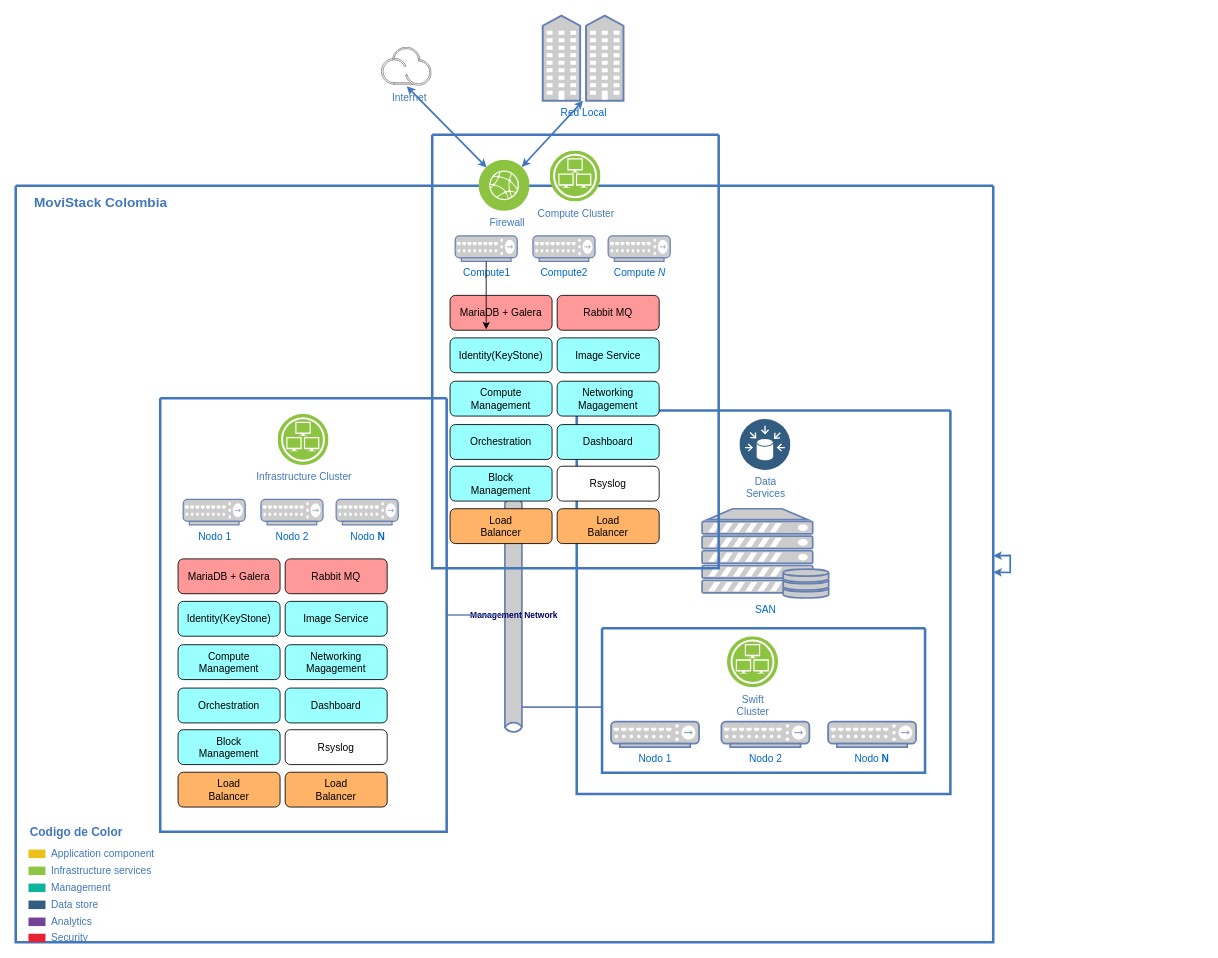
Before: MOVISTACK-OpenStack.drawio in Celera/postfix, a draw.io diagram. Source tidied: cells renumbered, new cells numbered last; positions are measured from the earlier drawing's top-left corner, leaving out a move shared by most shapes. Both pictures are drawn from the tidied source at 85%, with x=0, y=0 at pixel (15, 15).
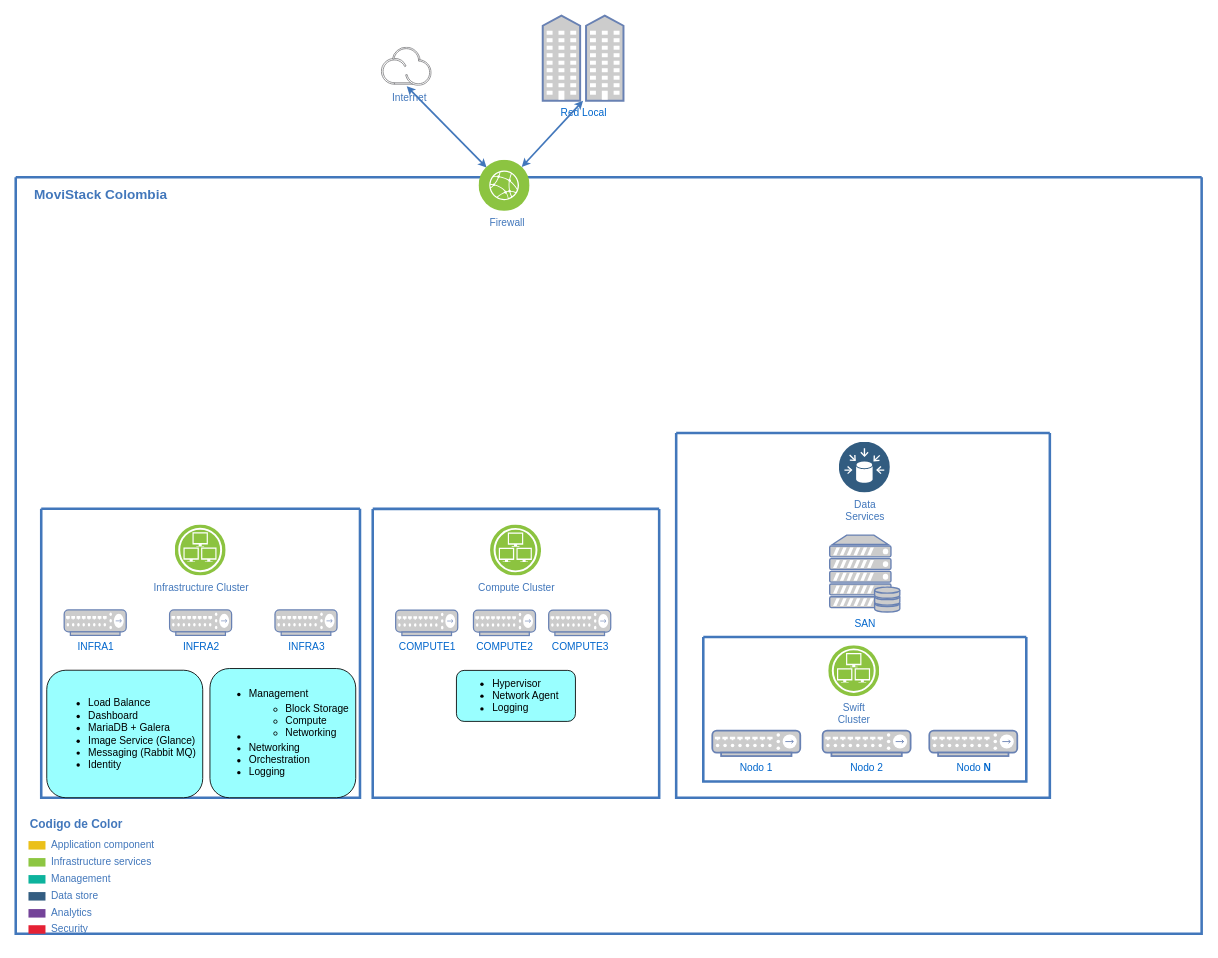
The same diagram, later.

What changed in the source:
```diff
@@
     <mxCell id="2" value="d" style="swimlane;shadow=0;strokeColor=#4277BB;fillColor=#ffffff;fontColor=none;align=right;startSize=0;noLabel=1;strokeWidth=3;" parent="1" vertex="1">
-      <mxGeometry y="200" width="1150" height="890" as="geometry" />
+      <mxGeometry y="190" width="1395.2" height="890" as="geometry" />
     </mxCell>
@@
-    <mxCell id="12" value="&lt;h5&gt;&lt;font color=&quot;#000066&quot;&gt;Management Network&lt;/font&gt;&lt;/h5&gt;" style="html=1;fillColor=#CCCCCC;strokeColor=#6881B3;gradientColor=none;gradientDirection=north;strokeWidth=2;shape=mxgraph.networks.bus;gradientColor=none;gradientDirection=north;fontColor=#ffffff;perimeter=backbonePerimeter;backboneSize=20;direction=south;" parent="2" vertex="1">
-      <mxGeometry x="530" y="365" width="111" height="280" as="geometry" />
-    </mxCell>
-    <mxCell id="13" style="strokeColor=#6881B3;edgeStyle=none;rounded=0;endArrow=none;html=1;strokeWidth=2;exitX=0.001;exitY=0.547;exitDx=0;exitDy=0;exitPerimeter=0;" parent="2" edge="1" source="33" target="12">
-      <mxGeometry relative="1" as="geometry" />
-    </mxCell>
-    <mxCell id="14" style="strokeColor=#6881B3;edgeStyle=none;rounded=0;endArrow=none;html=1;strokeWidth=2;" parent="2" edge="1" source="15" target="12">
-      <mxGeometry relative="1" as="geometry" />
-    </mxCell>
     <mxCell id="15" style="swimlane;shadow=0;labelBackgroundColor=#007FFF;strokeColor=#4277BB;fillColor=none;gradientColor=none;fontColor=#000000;align=right;startSize=0;strokeWidth=3;" parent="2" vertex="1">
-      <mxGeometry x="170" y="250" width="337" height="510" as="geometry" />
+      <mxGeometry x="30" y="390" width="375" height="340" as="geometry" />
     </mxCell>
     <mxCell id="16" value="Infrastructure Cluster" style="perimeter=ellipsePerimeter;html=1;align=center;shadow=0;dashed=0;image;image=img/lib/ibm/infrastructure/infrastructure_services.svg;labelBackgroundColor=none;strokeColor=#4277BB;strokeWidth=2;fillColor=none;gradientColor=none;fontSize=12;fontColor=#4277BB;" parent="15" vertex="1">
-      <mxGeometry x="138.5" y="19" width="60" height="60" as="geometry" />
+      <mxGeometry x="157.5" y="19" width="60" height="60" as="geometry" />
     </mxCell>
-    <mxCell id="17" value="Nodo 1" style="fontColor=#0066CC;verticalAlign=top;verticalLabelPosition=bottom;labelPosition=center;align=center;html=1;fillColor=#CCCCCC;strokeColor=#6881B3;gradientColor=none;gradientDirection=north;strokeWidth=2;shape=mxgraph.networks.hub;" parent="15" vertex="1">
+    <mxCell id="17" value="INFRA1" style="fontColor=#0066CC;verticalAlign=top;verticalLabelPosition=bottom;labelPosition=center;align=center;html=1;fillColor=#CCCCCC;strokeColor=#6881B3;gradientColor=none;gradientDirection=north;strokeWidth=2;shape=mxgraph.networks.hub;" parent="15" vertex="1">
       <mxGeometry x="27" y="119" width="73" height="30" as="geometry" />
     </mxCell>
-    <mxCell id="18" value="Nodo &lt;b&gt;N&lt;/b&gt;" style="fontColor=#0066CC;verticalAlign=top;verticalLabelPosition=bottom;labelPosition=center;align=center;html=1;fillColor=#CCCCCC;strokeColor=#6881B3;gradientColor=none;gradientDirection=north;strokeWidth=2;shape=mxgraph.networks.hub;" parent="15" vertex="1">
-      <mxGeometry x="207" y="119" width="73" height="30" as="geometry" />
+    <mxCell id="18" value="INFRA3" style="fontColor=#0066CC;verticalAlign=top;verticalLabelPosition=bottom;labelPosition=center;align=center;html=1;fillColor=#CCCCCC;strokeColor=#6881B3;gradientColor=none;gradientDirection=north;strokeWidth=2;shape=mxgraph.networks.hub;" parent="15" vertex="1">
+      <mxGeometry x="275" y="119" width="73" height="30" as="geometry" />
     </mxCell>
-    <mxCell id="19" value="&lt;div&gt;Nodo 2&lt;/div&gt;&lt;div&gt;&lt;br&gt;&lt;/div&gt;" style="fontColor=#0066CC;verticalAlign=top;verticalLabelPosition=bottom;labelPosition=center;align=center;html=1;fillColor=#CCCCCC;strokeColor=#6881B3;gradientColor=none;gradientDirection=north;strokeWidth=2;shape=mxgraph.networks.hub;" parent="15" vertex="1">
-      <mxGeometry x="118.5" y="119" width="73" height="30" as="geometry" />
+    <mxCell id="19" value="INFRA2" style="fontColor=#0066CC;verticalAlign=top;verticalLabelPosition=bottom;labelPosition=center;align=center;html=1;fillColor=#CCCCCC;strokeColor=#6881B3;gradientColor=none;gradientDirection=north;strokeWidth=2;shape=mxgraph.networks.hub;" parent="15" vertex="1">
+      <mxGeometry x="151" y="119" width="73" height="30" as="geometry" />
     </mxCell>
-    <mxCell id="20" value="MariaDB + Galera" style="shape=ext;rounded=1;html=1;whiteSpace=wrap;fillColor=#FF9999;" parent="15" vertex="1">
-      <mxGeometry x="21" y="189" width="120" height="41" as="geometry" />
-    </mxCell>
-    <mxCell id="21" value="Rabbit MQ" style="shape=ext;rounded=1;html=1;whiteSpace=wrap;fillColor=#FF9999;" parent="15" vertex="1">
-      <mxGeometry x="147" y="189" width="120" height="41" as="geometry" />
-    </mxCell>
-    <mxCell id="22" value="Image Service" style="shape=ext;rounded=1;html=1;whiteSpace=wrap;fillColor=#99FFFF;" parent="15" vertex="1">
-      <mxGeometry x="147" y="239" width="120" height="41" as="geometry" />
-    </mxCell>
-    <mxCell id="23" value="Identity(KeyStone)" style="shape=ext;rounded=1;html=1;whiteSpace=wrap;fillColor=#99FFFF;" parent="15" vertex="1">
-      <mxGeometry x="21" y="239" width="120" height="41" as="geometry" />
-    </mxCell>
-    <mxCell id="24" value="Compute Management" style="shape=ext;rounded=1;html=1;whiteSpace=wrap;fillColor=#99FFFF;" parent="15" vertex="1">
-      <mxGeometry x="21" y="290" width="120" height="41" as="geometry" />
-    </mxCell>
-    <mxCell id="25" value="&lt;div&gt;Networking&lt;/div&gt;&lt;div&gt;Magagement&lt;br&gt;&lt;/div&gt;" style="shape=ext;rounded=1;html=1;whiteSpace=wrap;fillColor=#99FFFF;" parent="15" vertex="1">
-      <mxGeometry x="147" y="290" width="120" height="41" as="geometry" />
-    </mxCell>
-    <mxCell id="26" value="Orchestration" style="shape=ext;rounded=1;html=1;whiteSpace=wrap;fillColor=#99FFFF;" parent="15" vertex="1">
-      <mxGeometry x="21" y="341" width="120" height="41" as="geometry" />
-    </mxCell>
-    <mxCell id="27" value="Dashboard" style="shape=ext;rounded=1;html=1;whiteSpace=wrap;fillColor=#99FFFF;" parent="15" vertex="1">
-      <mxGeometry x="147" y="341" width="120" height="41" as="geometry" />
-    </mxCell>
-    <mxCell id="28" value="&lt;div&gt;Block&lt;/div&gt;&lt;div&gt;Management&lt;/div&gt;" style="shape=ext;rounded=1;html=1;whiteSpace=wrap;fillColor=#99FFFF;" parent="15" vertex="1">
-      <mxGeometry x="21" y="390" width="120" height="41" as="geometry" />
-    </mxCell>
-    <mxCell id="29" value="Rsyslog" style="shape=ext;rounded=1;html=1;whiteSpace=wrap;" parent="15" vertex="1">
-      <mxGeometry x="147" y="390" width="120" height="41" as="geometry" />
-    </mxCell>
-    <mxCell id="30" value="Load&lt;br&gt;Balancer" style="shape=ext;rounded=1;html=1;whiteSpace=wrap;fillColor=#FFB366;" parent="15" vertex="1">
-      <mxGeometry x="21" y="440" width="120" height="41" as="geometry" />
-    </mxCell>
-    <mxCell id="31" value="Load&lt;br&gt;Balancer" style="shape=ext;rounded=1;html=1;whiteSpace=wrap;fillColor=#FFB366;" parent="15" vertex="1">
-      <mxGeometry x="147" y="440" width="120" height="41" as="geometry" />
-    </mxCell>
+    <mxCell id="65" value="&lt;div align=&quot;left&quot;&gt;&lt;ul&gt;&lt;li&gt;Load Balance&lt;/li&gt;&lt;li&gt;Dashboard&lt;/li&gt;&lt;li&gt;MariaDB + Galera&lt;/li&gt;&lt;li&gt;Image Service (Glance)&lt;/li&gt;&lt;li&gt;Messaging (Rabbit MQ)&lt;/li&gt;&lt;li&gt;Identity &lt;/li&gt;&lt;/ul&gt;&lt;/div&gt;" style="shape=ext;rounded=1;html=1;whiteSpace=wrap;fillColor=#99FFFF;" parent="15" vertex="1">
+      <mxGeometry x="6.5" y="190" width="183.5" height="150" as="geometry" />
+    </mxCell>
+    <mxCell id="66" value="&lt;div align=&quot;left&quot;&gt;&lt;ul&gt;&lt;li&gt;Management&lt;/li&gt;&lt;li&gt;&lt;table&gt;&lt;tbody&gt;&lt;tr&gt;&lt;td&gt;&lt;ul&gt;&lt;li&gt;Block Storage&lt;/li&gt;&lt;li&gt;Compute&lt;/li&gt;&lt;li&gt;Networking&lt;/li&gt;&lt;/ul&gt;&lt;/td&gt;&lt;/tr&gt;&lt;/tbody&gt;&lt;/table&gt;&lt;/li&gt;&lt;li&gt;Networking&lt;/li&gt;&lt;li&gt;Orchestration&lt;/li&gt;&lt;li&gt;Logging&lt;/li&gt;&lt;/ul&gt;&lt;/div&gt;" style="shape=ext;rounded=1;html=1;whiteSpace=wrap;fillColor=#99FFFF;" parent="15" vertex="1">
+      <mxGeometry x="198.5" y="188" width="171.5" height="152" as="geometry" />
+    </mxCell>
     <mxCell id="32" style="group;" parent="2" vertex="1">
-      <mxGeometry x="940" y="279" width="380" height="481" as="geometry" />
+      <mxGeometry x="777" y="289" width="455.2" height="502" as="geometry" />
     </mxCell>
+    <mxCell id="38" style="swimlane;shadow=0;labelBackgroundColor=#007FFF;strokeColor=#4277BB;fillColor=none;gradientColor=none;fontColor=#000000;align=right;startSize=0;strokeWidth=3;" parent="32" vertex="1">
+      <mxGeometry y="12" width="439.6" height="429" as="geometry" />
+    </mxCell>
+    <mxCell id="39" value="SAN" style="fontColor=#0066CC;verticalAlign=top;verticalLabelPosition=bottom;labelPosition=center;align=center;html=1;fillColor=#CCCCCC;strokeColor=#6881B3;gradientColor=none;gradientDirection=north;strokeWidth=2;shape=mxgraph.networks.server_storage;" parent="38" vertex="1">
+      <mxGeometry x="180.6" y="120" width="82.5" height="90.5" as="geometry" />
+    </mxCell>
+    <mxCell id="40" value="Data&lt;div&gt;Services&lt;/div&gt;" style="perimeter=ellipsePerimeter;html=1;align=center;shadow=0;dashed=0;image;image=img/lib/ibm/data/data_sources.svg;labelBackgroundColor=none;strokeColor=#4277BB;strokeWidth=2;fillColor=none;gradientColor=none;fontSize=12;fontColor=#4277BB;" parent="38" vertex="1">
+      <mxGeometry x="191.9" y="10.5" width="60" height="60" as="geometry" />
+    </mxCell>
-    <mxCell id="33" style="swimlane;shadow=0;labelBackgroundColor=#007FFF;strokeColor=#4277BB;fillColor=none;gradientColor=none;fontColor=#000000;align=right;startSize=0;strokeWidth=3;" parent="32" vertex="1">
-      <mxGeometry x="-250.2" y="241.5" width="380" height="170" as="geometry" />
+    <mxCell id="33" style="swimlane;shadow=0;labelBackgroundColor=#007FFF;strokeColor=#4277BB;fillColor=none;gradientColor=none;fontColor=#000000;align=right;startSize=0;strokeWidth=3;" parent="38" vertex="1">
+      <mxGeometry x="31.9" y="240" width="380" height="170" as="geometry" />
     </mxCell>
@@
-    <mxCell id="38" style="swimlane;shadow=0;labelBackgroundColor=#007FFF;strokeColor=#4277BB;fillColor=none;gradientColor=none;fontColor=#000000;align=right;startSize=0;strokeWidth=3;" parent="2" vertex="1">
-      <mxGeometry x="660" y="264.5" width="439.6" height="451" as="geometry" />
-    </mxCell>
-    <mxCell id="39" value="SAN" style="fontColor=#0066CC;verticalAlign=top;verticalLabelPosition=bottom;labelPosition=center;align=center;html=1;fillColor=#CCCCCC;strokeColor=#6881B3;gradientColor=none;gradientDirection=north;strokeWidth=2;shape=mxgraph.networks.server_storage;" parent="38" vertex="1">
-      <mxGeometry x="147.5" y="115.5" width="148.9" height="105" as="geometry" />
-    </mxCell>
-    <mxCell id="40" value="Data&lt;div&gt;Services&lt;/div&gt;" style="perimeter=ellipsePerimeter;html=1;align=center;shadow=0;dashed=0;image;image=img/lib/ibm/data/data_sources.svg;labelBackgroundColor=none;strokeColor=#4277BB;strokeWidth=2;fillColor=none;gradientColor=none;fontSize=12;fontColor=#4277BB;" parent="38" vertex="1">
-      <mxGeometry x="191.9" y="10.5" width="60" height="60" as="geometry" />
-    </mxCell>
-    <mxCell id="41" style="rounded=0;html=1;labelBackgroundColor=#ffffff;startArrow=classic;startFill=1;startSize=4;endSize=4;jettySize=auto;orthogonalLoop=1;strokeColor=#4277BB;strokeWidth=2;fontSize=12;fontColor=#4277BB;" parent="1" edge="1" source="2" target="2">
-      <mxGeometry relative="1" as="geometry" />
-    </mxCell>
+    <mxCell id="67" style="group;" parent="2" vertex="1">
+      <mxGeometry x="430" y="330" width="337" height="400" as="geometry" />
+    </mxCell>
+    <mxCell id="47" style="swimlane;shadow=0;labelBackgroundColor=#007FFF;strokeColor=#4277BB;fillColor=none;gradientColor=none;fontColor=#000000;align=right;startSize=0;strokeWidth=3;" parent="67" vertex="1">
+      <mxGeometry x="-10" y="60.2" width="337" height="339.8" as="geometry" />
+    </mxCell>
+    <mxCell id="48" value="Compute Cluster" style="perimeter=ellipsePerimeter;html=1;align=center;shadow=0;dashed=0;image;image=img/lib/ibm/infrastructure/infrastructure_services.svg;labelBackgroundColor=none;strokeColor=#4277BB;strokeWidth=2;fillColor=none;gradientColor=none;fontSize=12;fontColor=#4277BB;" parent="47" vertex="1">
+      <mxGeometry x="138.5" y="19" width="60" height="60" as="geometry" />
+    </mxCell>
+    <mxCell id="49" value="COMPUTE1" style="fontColor=#0066CC;verticalAlign=top;verticalLabelPosition=bottom;labelPosition=center;align=center;html=1;outlineConnect=0;fillColor=#CCCCCC;strokeColor=#6881B3;gradientColor=none;gradientDirection=north;strokeWidth=2;shape=mxgraph.networks.hub;" parent="47" vertex="1">
+      <mxGeometry x="27" y="119" width="73" height="30" as="geometry" />
+    </mxCell>
+    <mxCell id="50" value="COMPUTE3" style="fontColor=#0066CC;verticalAlign=top;verticalLabelPosition=bottom;labelPosition=center;align=center;html=1;fillColor=#CCCCCC;strokeColor=#6881B3;gradientColor=none;gradientDirection=north;strokeWidth=2;shape=mxgraph.networks.hub;" parent="47" vertex="1">
+      <mxGeometry x="207" y="119" width="73" height="30" as="geometry" />
+    </mxCell>
+    <mxCell id="51" value="COMPUTE2" style="fontColor=#0066CC;verticalAlign=top;verticalLabelPosition=bottom;labelPosition=center;align=center;html=1;fillColor=#CCCCCC;strokeColor=#6881B3;gradientColor=none;gradientDirection=north;strokeWidth=2;shape=mxgraph.networks.hub;" parent="47" vertex="1">
+      <mxGeometry x="118.5" y="119" width="73" height="30" as="geometry" />
+    </mxCell>
+    <mxCell id="55" value="&lt;ul&gt;&lt;li&gt;Hypervisor&lt;/li&gt;&lt;li&gt;Network Agent&lt;/li&gt;&lt;li&gt;Logging&lt;/li&gt;&lt;/ul&gt;" style="shape=ext;rounded=1;html=1;whiteSpace=wrap;fillColor=#99FFFF;align=left;" parent="47" vertex="1">
+      <mxGeometry x="98.5" y="190" width="140" height="60" as="geometry" />
+    </mxCell>
@@
-    <mxCell id="47" style="swimlane;shadow=0;labelBackgroundColor=#007FFF;strokeColor=#4277BB;fillColor=none;gradientColor=none;fontColor=#000000;align=right;startSize=0;strokeWidth=3;" parent="1" vertex="1">
-      <mxGeometry x="490" y="140" width="337" height="510" as="geometry" />
-    </mxCell>
-    <mxCell id="48" value="Compute Cluster" style="perimeter=ellipsePerimeter;html=1;align=center;shadow=0;dashed=0;image;image=img/lib/ibm/infrastructure/infrastructure_services.svg;labelBackgroundColor=none;strokeColor=#4277BB;strokeWidth=2;fillColor=none;gradientColor=none;fontSize=12;fontColor=#4277BB;" parent="47" vertex="1">
-      <mxGeometry x="138.5" y="19" width="60" height="60" as="geometry" />
-    </mxCell>
-    <mxCell id="49" value="Compute1" style="fontColor=#0066CC;verticalAlign=top;verticalLabelPosition=bottom;labelPosition=center;align=center;html=1;outlineConnect=0;fillColor=#CCCCCC;strokeColor=#6881B3;gradientColor=none;gradientDirection=north;strokeWidth=2;shape=mxgraph.networks.hub;" parent="47" vertex="1">
-      <mxGeometry x="27" y="119" width="73" height="30" as="geometry" />
-    </mxCell>
-    <mxCell id="50" value="Compute &lt;i&gt;N&lt;/i&gt;" style="fontColor=#0066CC;verticalAlign=top;verticalLabelPosition=bottom;labelPosition=center;align=center;html=1;fillColor=#CCCCCC;strokeColor=#6881B3;gradientColor=none;gradientDirection=north;strokeWidth=2;shape=mxgraph.networks.hub;" parent="47" vertex="1">
-      <mxGeometry x="207" y="119" width="73" height="30" as="geometry" />
-    </mxCell>
-    <mxCell id="51" value="Compute2" style="fontColor=#0066CC;verticalAlign=top;verticalLabelPosition=bottom;labelPosition=center;align=center;html=1;fillColor=#CCCCCC;strokeColor=#6881B3;gradientColor=none;gradientDirection=north;strokeWidth=2;shape=mxgraph.networks.hub;" parent="47" vertex="1">
-      <mxGeometry x="118.5" y="119" width="73" height="30" as="geometry" />
-    </mxCell>
-    <mxCell id="52" value="MariaDB + Galera" style="shape=ext;rounded=1;html=1;whiteSpace=wrap;fillColor=#FF9999;" parent="47" vertex="1">
-      <mxGeometry x="21" y="189" width="120" height="41" as="geometry" />
-    </mxCell>
-    <mxCell id="53" value="Rabbit MQ" style="shape=ext;rounded=1;html=1;whiteSpace=wrap;fillColor=#FF9999;" parent="47" vertex="1">
-      <mxGeometry x="147" y="189" width="120" height="41" as="geometry" />
-    </mxCell>
-    <mxCell id="54" value="Image Service" style="shape=ext;rounded=1;html=1;whiteSpace=wrap;fillColor=#99FFFF;" parent="47" vertex="1">
-      <mxGeometry x="147" y="239" width="120" height="41" as="geometry" />
-    </mxCell>
-    <mxCell id="55" value="Identity(KeyStone)" style="shape=ext;rounded=1;html=1;whiteSpace=wrap;fillColor=#99FFFF;" parent="47" vertex="1">
-      <mxGeometry x="21" y="239" width="120" height="41" as="geometry" />
-    </mxCell>
-    <mxCell id="56" value="Compute Management" style="shape=ext;rounded=1;html=1;whiteSpace=wrap;fillColor=#99FFFF;" parent="47" vertex="1">
-      <mxGeometry x="21" y="290" width="120" height="41" as="geometry" />
-    </mxCell>
-    <mxCell id="57" value="&lt;div&gt;Networking&lt;/div&gt;&lt;div&gt;Magagement&lt;br&gt;&lt;/div&gt;" style="shape=ext;rounded=1;html=1;whiteSpace=wrap;fillColor=#99FFFF;" parent="47" vertex="1">
-      <mxGeometry x="147" y="290" width="120" height="41" as="geometry" />
-    </mxCell>
-    <mxCell id="58" value="Orchestration" style="shape=ext;rounded=1;html=1;whiteSpace=wrap;fillColor=#99FFFF;" parent="47" vertex="1">
-      <mxGeometry x="21" y="341" width="120" height="41" as="geometry" />
-    </mxCell>
-    <mxCell id="59" value="Dashboard" style="shape=ext;rounded=1;html=1;whiteSpace=wrap;fillColor=#99FFFF;" parent="47" vertex="1">
-      <mxGeometry x="147" y="341" width="120" height="41" as="geometry" />
-    </mxCell>
-    <mxCell id="60" value="&lt;div&gt;Block&lt;/div&gt;&lt;div&gt;Management&lt;/div&gt;" style="shape=ext;rounded=1;html=1;whiteSpace=wrap;fillColor=#99FFFF;" parent="47" vertex="1">
-      <mxGeometry x="21" y="390" width="120" height="41" as="geometry" />
-    </mxCell>
-    <mxCell id="61" value="Rsyslog" style="shape=ext;rounded=1;html=1;whiteSpace=wrap;" parent="47" vertex="1">
-      <mxGeometry x="147" y="390" width="120" height="41" as="geometry" />
-    </mxCell>
-    <mxCell id="62" value="Load&lt;br&gt;Balancer" style="shape=ext;rounded=1;html=1;whiteSpace=wrap;fillColor=#FFB366;" parent="47" vertex="1">
-      <mxGeometry x="21" y="440" width="120" height="41" as="geometry" />
-    </mxCell>
-    <mxCell id="63" value="Load&lt;br&gt;Balancer" style="shape=ext;rounded=1;html=1;whiteSpace=wrap;fillColor=#FFB366;" parent="47" vertex="1">
-      <mxGeometry x="147" y="440" width="120" height="41" as="geometry" />
-    </mxCell>
-    <mxCell id="64" style="edgeStyle=none;rounded=0;jettySize=auto;html=1;" parent="1" edge="1" source="49">
-      <mxGeometry relative="1" as="geometry">
-        <mxPoint x="553.5" y="369" as="targetPoint" />
-      </mxGeometry>
-    </mxCell>
```
